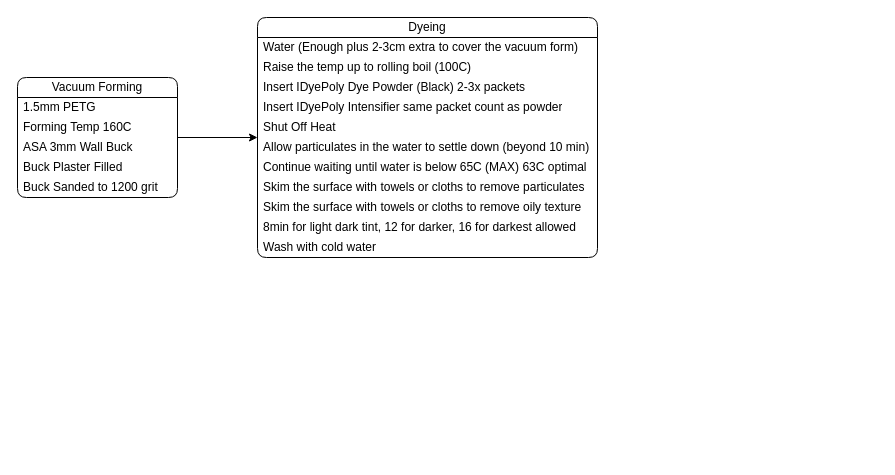
This is Documents/Visor Manufacturing Process.drawio from Cyberspecies/Synth-Head, a draw.io file, before an edit. Source tidied: cells renumbered, new cells numbered last; positions are measured from the earlier drawing's top-left corner, leaving out a move shared by most shapes. Both pictures are drawn from the tidied source at 100%, with x=0, y=0 at pixel (17, 17).
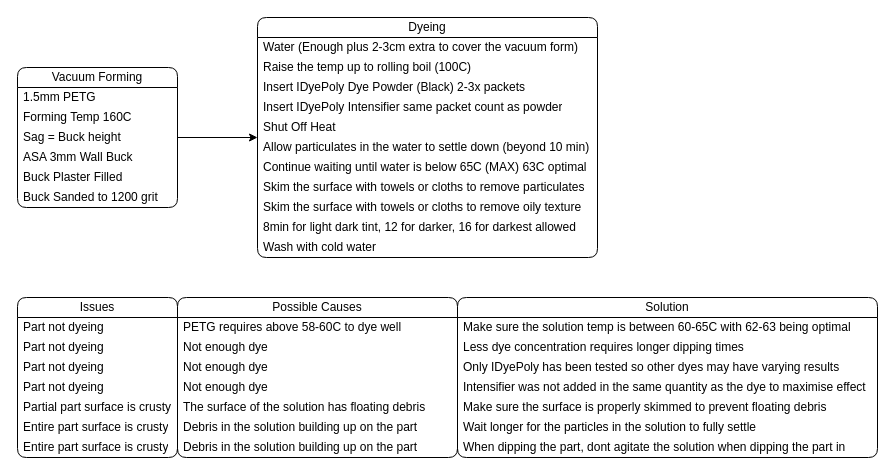
After the change.

Commit message:
Added Issues and troubleshooting with the dyeing process

The edit, as a diff of the source:
```diff
@@
     <mxCell id="3" value="Vacuum Forming" style="swimlane;fontStyle=0;horizontal=1;startSize=20;whiteSpace=wrap;html=1;rounded=1;" parent="1" vertex="1">
-      <mxGeometry y="60" width="160" height="120" as="geometry" />
+      <mxGeometry y="50" width="160" height="140" as="geometry" />
     </mxCell>
@@
+    <mxCell id="21" value="Sag = Buck height" style="text;strokeColor=none;fillColor=none;align=left;verticalAlign=middle;spacingLeft=4;spacingRight=4;overflow=hidden;whiteSpace=wrap;html=1;" parent="3" vertex="1">
+      <mxGeometry y="60" width="160" height="20" as="geometry" />
+    </mxCell>
     <mxCell id="6" value="ASA 3mm Wall Buck" style="text;strokeColor=none;fillColor=none;align=left;verticalAlign=middle;spacingLeft=4;spacingRight=4;overflow=hidden;whiteSpace=wrap;html=1;" parent="3" vertex="1">
-      <mxGeometry y="60" width="160" height="20" as="geometry" />
+      <mxGeometry y="80" width="160" height="20" as="geometry" />
     </mxCell>
     <mxCell id="7" value="Buck Plaster Filled" style="text;strokeColor=none;fillColor=none;align=left;verticalAlign=middle;spacingLeft=4;spacingRight=4;overflow=hidden;whiteSpace=wrap;html=1;" parent="3" vertex="1">
-      <mxGeometry y="80" width="160" height="20" as="geometry" />
+      <mxGeometry y="100" width="160" height="20" as="geometry" />
     </mxCell>
     <mxCell id="8" value="Buck Sanded to 1200 grit" style="text;strokeColor=none;fillColor=none;align=left;verticalAlign=middle;spacingLeft=4;spacingRight=4;overflow=hidden;whiteSpace=wrap;html=1;" parent="3" vertex="1">
-      <mxGeometry y="100" width="160" height="20" as="geometry" />
+      <mxGeometry y="120" width="160" height="20" as="geometry" />
     </mxCell>
@@
+    <mxCell id="22" value="Issues" style="swimlane;fontStyle=0;horizontal=1;startSize=20;whiteSpace=wrap;html=1;rounded=1;" parent="1" vertex="1">
+      <mxGeometry y="280" width="160" height="160" as="geometry" />
+    </mxCell>
+    <mxCell id="23" value="Part not dyeing" style="text;strokeColor=none;fillColor=none;align=left;verticalAlign=middle;spacingLeft=4;spacingRight=4;overflow=hidden;whiteSpace=wrap;html=1;" parent="22" vertex="1">
+      <mxGeometry y="20" width="160" height="20" as="geometry" />
+    </mxCell>
+    <mxCell id="24" value="Part not dyeing" style="text;strokeColor=none;fillColor=none;align=left;verticalAlign=middle;spacingLeft=4;spacingRight=4;overflow=hidden;whiteSpace=wrap;html=1;" parent="22" vertex="1">
+      <mxGeometry y="40" width="160" height="20" as="geometry" />
+    </mxCell>
+    <mxCell id="25" value="Part not dyeing" style="text;strokeColor=none;fillColor=none;align=left;verticalAlign=middle;spacingLeft=4;spacingRight=4;overflow=hidden;whiteSpace=wrap;html=1;" parent="22" vertex="1">
+      <mxGeometry y="60" width="160" height="20" as="geometry" />
+    </mxCell>
+    <mxCell id="26" value="Part not dyeing" style="text;strokeColor=none;fillColor=none;align=left;verticalAlign=middle;spacingLeft=4;spacingRight=4;overflow=hidden;whiteSpace=wrap;html=1;" parent="22" vertex="1">
+      <mxGeometry y="80" width="160" height="20" as="geometry" />
+    </mxCell>
+    <mxCell id="27" value="Partial part surface is crusty" style="text;strokeColor=none;fillColor=none;align=left;verticalAlign=middle;spacingLeft=4;spacingRight=4;overflow=hidden;whiteSpace=wrap;html=1;" parent="22" vertex="1">
+      <mxGeometry y="100" width="160" height="20" as="geometry" />
+    </mxCell>
+    <mxCell id="28" value="Entire part surface is crusty" style="text;strokeColor=none;fillColor=none;align=left;verticalAlign=middle;spacingLeft=4;spacingRight=4;overflow=hidden;whiteSpace=wrap;html=1;" parent="22" vertex="1">
+      <mxGeometry y="120" width="160" height="20" as="geometry" />
+    </mxCell>
+    <mxCell id="29" value="Entire part surface is crusty" style="text;strokeColor=none;fillColor=none;align=left;verticalAlign=middle;spacingLeft=4;spacingRight=4;overflow=hidden;whiteSpace=wrap;html=1;" parent="22" vertex="1">
+      <mxGeometry y="140" width="160" height="20" as="geometry" />
+    </mxCell>
+    <mxCell id="30" value="Possible Causes" style="swimlane;fontStyle=0;horizontal=1;startSize=20;whiteSpace=wrap;html=1;rounded=1;" parent="1" vertex="1">
+      <mxGeometry x="160" y="280" width="280" height="160" as="geometry" />
+    </mxCell>
+    <mxCell id="31" value="PETG requires above 58-60C to dye well" style="text;strokeColor=none;fillColor=none;align=left;verticalAlign=middle;spacingLeft=4;spacingRight=4;overflow=hidden;whiteSpace=wrap;html=1;" parent="30" vertex="1">
+      <mxGeometry y="20" width="280" height="20" as="geometry" />
+    </mxCell>
+    <mxCell id="32" value="Not enough dye" style="text;strokeColor=none;fillColor=none;align=left;verticalAlign=middle;spacingLeft=4;spacingRight=4;overflow=hidden;whiteSpace=wrap;html=1;" parent="30" vertex="1">
+      <mxGeometry y="40" width="280" height="20" as="geometry" />
+    </mxCell>
+    <mxCell id="33" value="Not enough dye" style="text;strokeColor=none;fillColor=none;align=left;verticalAlign=middle;spacingLeft=4;spacingRight=4;overflow=hidden;whiteSpace=wrap;html=1;" parent="30" vertex="1">
+      <mxGeometry y="60" width="280" height="20" as="geometry" />
+    </mxCell>
+    <mxCell id="34" value="Not enough dye" style="text;strokeColor=none;fillColor=none;align=left;verticalAlign=middle;spacingLeft=4;spacingRight=4;overflow=hidden;whiteSpace=wrap;html=1;" parent="30" vertex="1">
+      <mxGeometry y="80" width="280" height="20" as="geometry" />
+    </mxCell>
+    <mxCell id="35" value="The surface of the solution has floating debris" style="text;strokeColor=none;fillColor=none;align=left;verticalAlign=middle;spacingLeft=4;spacingRight=4;overflow=hidden;whiteSpace=wrap;html=1;" parent="30" vertex="1">
+      <mxGeometry y="100" width="280" height="20" as="geometry" />
+    </mxCell>
+    <mxCell id="36" value="Debris in the solution building up on the part" style="text;strokeColor=none;fillColor=none;align=left;verticalAlign=middle;spacingLeft=4;spacingRight=4;overflow=hidden;whiteSpace=wrap;html=1;" parent="30" vertex="1">
+      <mxGeometry y="120" width="280" height="20" as="geometry" />
+    </mxCell>
+    <mxCell id="37" value="Debris in the solution building up on the part" style="text;strokeColor=none;fillColor=none;align=left;verticalAlign=middle;spacingLeft=4;spacingRight=4;overflow=hidden;whiteSpace=wrap;html=1;" parent="30" vertex="1">
+      <mxGeometry y="140" width="280" height="20" as="geometry" />
+    </mxCell>
+    <mxCell id="38" value="Solution" style="swimlane;fontStyle=0;horizontal=1;startSize=20;whiteSpace=wrap;html=1;rounded=1;" parent="1" vertex="1">
+      <mxGeometry x="440" y="280" width="420" height="160" as="geometry" />
+    </mxCell>
+    <mxCell id="39" value="Make sure the solution temp is between 60-65C with 62-63 being optimal" style="text;strokeColor=none;fillColor=none;align=left;verticalAlign=middle;spacingLeft=4;spacingRight=4;overflow=hidden;whiteSpace=wrap;html=1;" parent="38" vertex="1">
+      <mxGeometry y="20" width="420" height="20" as="geometry" />
+    </mxCell>
+    <mxCell id="40" value="Less dye concentration requires longer dipping times" style="text;strokeColor=none;fillColor=none;align=left;verticalAlign=middle;spacingLeft=4;spacingRight=4;overflow=hidden;whiteSpace=wrap;html=1;" parent="38" vertex="1">
+      <mxGeometry y="40" width="420" height="20" as="geometry" />
+    </mxCell>
+    <mxCell id="41" value="Only IDyePoly has been tested so other dyes may have varying results" style="text;strokeColor=none;fillColor=none;align=left;verticalAlign=middle;spacingLeft=4;spacingRight=4;overflow=hidden;whiteSpace=wrap;html=1;" parent="38" vertex="1">
+      <mxGeometry y="60" width="420" height="20" as="geometry" />
+    </mxCell>
+    <mxCell id="42" value="Intensifier was not added in the same quantity as the dye to maximise effect" style="text;strokeColor=none;fillColor=none;align=left;verticalAlign=middle;spacingLeft=4;spacingRight=4;overflow=hidden;whiteSpace=wrap;html=1;" parent="38" vertex="1">
+      <mxGeometry y="80" width="420" height="20" as="geometry" />
+    </mxCell>
+    <mxCell id="43" value="Make sure the surface is properly skimmed to prevent floating debris" style="text;strokeColor=none;fillColor=none;align=left;verticalAlign=middle;spacingLeft=4;spacingRight=4;overflow=hidden;whiteSpace=wrap;html=1;" parent="38" vertex="1">
+      <mxGeometry y="100" width="420" height="20" as="geometry" />
+    </mxCell>
+    <mxCell id="44" value="Wait longer for the particles in the solution to fully settle" style="text;strokeColor=none;fillColor=none;align=left;verticalAlign=middle;spacingLeft=4;spacingRight=4;overflow=hidden;whiteSpace=wrap;html=1;" parent="38" vertex="1">
+      <mxGeometry y="120" width="420" height="20" as="geometry" />
+    </mxCell>
+    <mxCell id="45" value="When dipping the part, dont agitate the solution when dipping the part in" style="text;strokeColor=none;fillColor=none;align=left;verticalAlign=middle;spacingLeft=4;spacingRight=4;overflow=hidden;whiteSpace=wrap;html=1;" parent="38" vertex="1">
+      <mxGeometry y="140" width="420" height="20" as="geometry" />
+    </mxCell>
```
